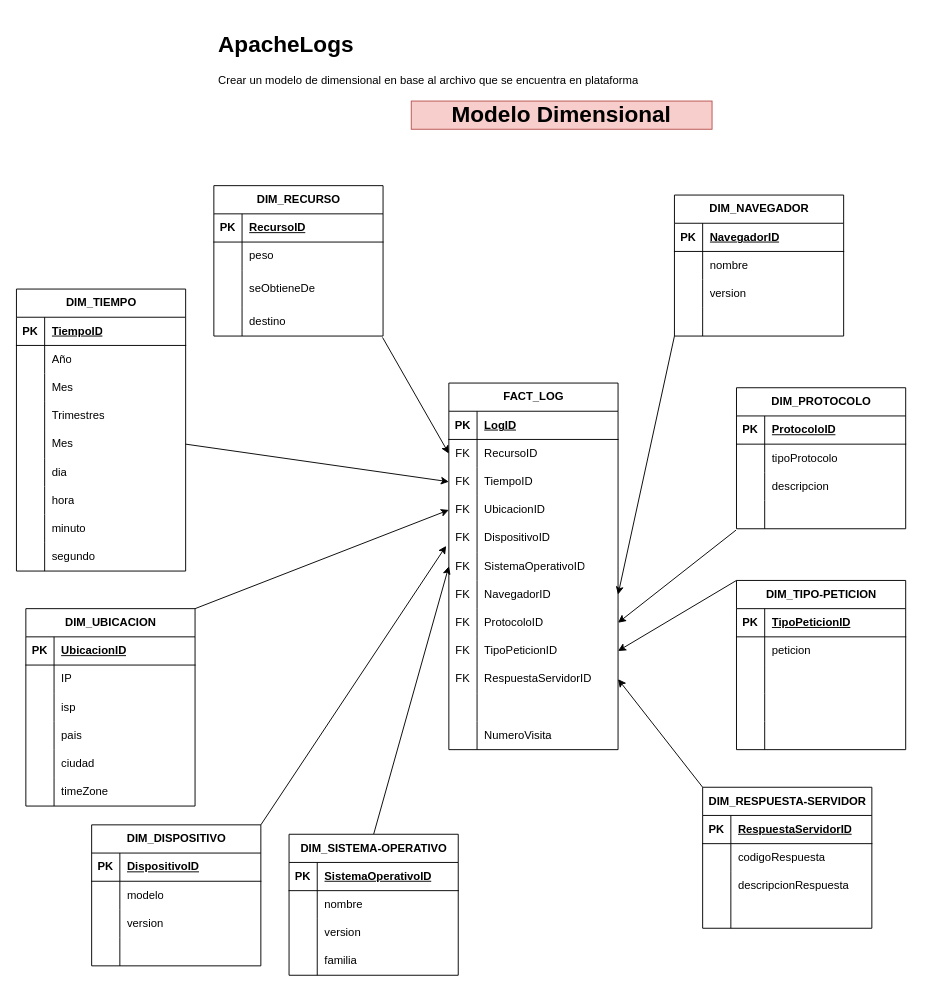
The draw.io diagram page "modelo_apache_log" (1 of 2) of apache_log.drawio in itslourdes/lourdesvaca, before the edit. Source tidied: cells renumbered, new cells numbered last; positions are measured from the earlier drawing's top-left corner, leaving out a move shared by most shapes. Both pictures are drawn from the tidied source at 94%, with x=0, y=0 at pixel (16, 25).
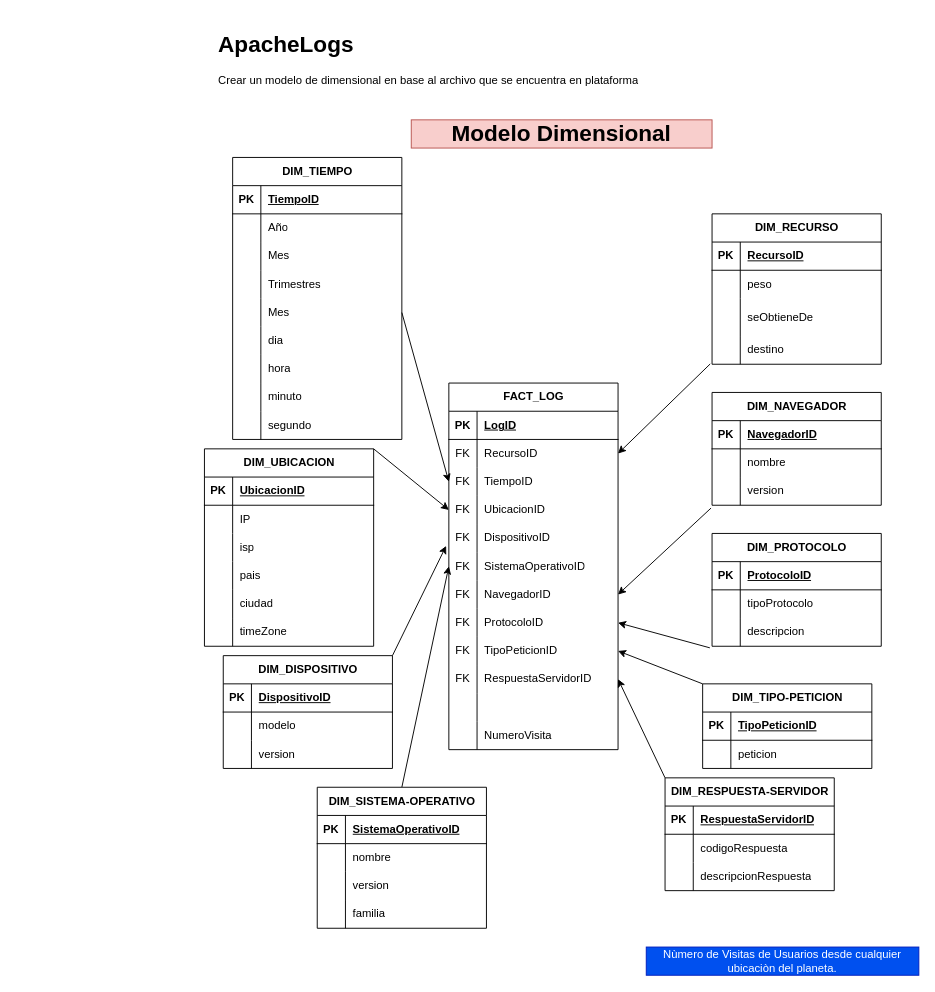
The same page after the edit.

The change refers to these unchanged cells:
```xml
<mxCell id="34" style="shape=tableRow;horizontal=0;startSize=0;swimlaneHead=0;swimlaneBody=0;fillColor=none;points=[[0,0.5],[1,0.5]];portConstraint=eastwest;top=0;left=0;right=0;bottom=0;" parent="30" vertex="1">
  <mxGeometry y="60" width="180" height="30" as="geometry" />
</mxCell>
<mxCell id="49" style="shape=tableRow;horizontal=0;startSize=0;swimlaneHead=0;swimlaneBody=0;fillColor=none;points=[[0,0.5],[1,0.5]];portConstraint=eastwest;top=0;left=0;right=0;bottom=0;" parent="30" vertex="1">
  <mxGeometry y="210" width="180" height="30" as="geometry" />
</mxCell>
<mxCell id="52" style="shape=tableRow;horizontal=0;startSize=0;swimlaneHead=0;swimlaneBody=0;fillColor=none;points=[[0,0.5],[1,0.5]];portConstraint=eastwest;top=0;left=0;right=0;bottom=0;" parent="30" vertex="1">
  <mxGeometry y="240" width="180" height="30" as="geometry" />
</mxCell>
<mxCell id="122" style="shape=tableRow;horizontal=0;startSize=0;swimlaneHead=0;swimlaneBody=0;fillColor=none;points=[[0,0.5],[1,0.5]];portConstraint=eastwest;top=0;left=0;right=0;bottom=0;" parent="115" vertex="1">
  <mxGeometry y="90" width="180" height="30" as="geometry" />
</mxCell>
<mxCell id="145" style="shape=tableRow;horizontal=0;startSize=0;swimlaneHead=0;swimlaneBody=0;fillColor=none;points=[[0,0.5],[1,0.5]];portConstraint=eastwest;top=0;left=0;right=0;bottom=0;" parent="135" vertex="1">
  <mxGeometry y="130" width="180" height="30" as="geometry" />
</mxCell>
<mxCell id="158" style="shape=tableRow;horizontal=0;startSize=0;swimlaneHead=0;swimlaneBody=0;fillColor=none;points=[[0,0.5],[1,0.5]];portConstraint=eastwest;top=0;left=0;right=0;bottom=0;" parent="151" vertex="1">
  <mxGeometry y="90" width="180" height="30" as="geometry" />
</mxCell>
```

Diff of the diagram source:
```diff
@@
     <mxCell id="2" value="DIM_TIEMPO" style="shape=table;startSize=30;childLayout=tableLayout;rowLines=0;fontStyle=1;align=center;html=1;" parent="1" vertex="1">
-      <mxGeometry y="280" width="180" height="300" as="geometry" />
+      <mxGeometry x="230" y="140" width="180" height="300" as="geometry" />
     </mxCell>
@@
     <mxCell id="67" value="DIM_UBICACION" style="shape=table;startSize=30;childLayout=tableLayout;rowLines=0;fontStyle=1;align=center;html=1;" parent="1" vertex="1">
-      <mxGeometry x="10" y="620" width="180" height="210" as="geometry" />
+      <mxGeometry x="200" y="450" width="180" height="210" as="geometry" />
     </mxCell>
@@
     <mxCell id="86" value="DIM_TIPO-PETICION" style="shape=table;startSize=30;childLayout=tableLayout;rowLines=0;fontStyle=1;align=center;html=1;" parent="1" vertex="1">
-      <mxGeometry x="766" y="590" width="180" height="180" as="geometry" />
+      <mxGeometry x="730" y="700" width="180" height="90" as="geometry" />
     </mxCell>
@@
-    <mxCell id="93" style="shape=tableRow;horizontal=0;startSize=0;swimlaneHead=0;swimlaneBody=0;fillColor=none;top=0;left=0;right=0;bottom=0;" parent="86" vertex="1">
-      <mxGeometry y="90" width="180" height="30" as="geometry" />
-    </mxCell>
-    <mxCell id="94" style="shape=partialRectangle;fillColor=none;top=0;left=0;bottom=0;right=0;overflow=hidden;whiteSpace=wrap;html=1;" parent="93" vertex="1">
-      <mxGeometry width="30" height="30" as="geometry" />
-    </mxCell>
-    <mxCell id="95" style="shape=partialRectangle;fillColor=none;top=0;left=0;bottom=0;right=0;align=left;spacingLeft=6;overflow=hidden;whiteSpace=wrap;html=1;" parent="93" vertex="1">
-      <mxGeometry x="30" width="150" height="30" as="geometry" />
-    </mxCell>
-    <mxCell id="96" style="shape=tableRow;horizontal=0;startSize=0;swimlaneHead=0;swimlaneBody=0;fillColor=none;top=0;left=0;right=0;bottom=0;" parent="86" vertex="1">
-      <mxGeometry y="120" width="180" height="30" as="geometry" />
-    </mxCell>
-    <mxCell id="97" style="shape=partialRectangle;fillColor=none;top=0;left=0;bottom=0;right=0;overflow=hidden;whiteSpace=wrap;html=1;" parent="96" vertex="1">
-      <mxGeometry width="30" height="30" as="geometry" />
-    </mxCell>
-    <mxCell id="98" style="shape=partialRectangle;fillColor=none;top=0;left=0;bottom=0;right=0;align=left;spacingLeft=6;overflow=hidden;whiteSpace=wrap;html=1;" parent="96" vertex="1">
-      <mxGeometry x="30" width="150" height="30" as="geometry" />
-    </mxCell>
-    <mxCell id="99" style="shape=tableRow;horizontal=0;startSize=0;swimlaneHead=0;swimlaneBody=0;fillColor=none;top=0;left=0;right=0;bottom=0;" parent="86" vertex="1">
-      <mxGeometry y="150" width="180" height="30" as="geometry" />
-    </mxCell>
-    <mxCell id="100" style="shape=partialRectangle;fillColor=none;top=0;left=0;bottom=0;right=0;overflow=hidden;whiteSpace=wrap;html=1;" parent="99" vertex="1">
-      <mxGeometry width="30" height="30" as="geometry" />
-    </mxCell>
-    <mxCell id="101" style="shape=partialRectangle;fillColor=none;top=0;left=0;bottom=0;right=0;align=left;spacingLeft=6;overflow=hidden;whiteSpace=wrap;html=1;" parent="99" vertex="1">
-      <mxGeometry x="30" width="150" height="30" as="geometry" />
-    </mxCell>
     <mxCell id="102" value="DIM_DISPOSITIVO" style="shape=table;startSize=30;childLayout=tableLayout;rowLines=0;fontStyle=1;align=center;html=1;" parent="1" vertex="1">
-      <mxGeometry x="80" y="850" width="180" height="150" as="geometry" />
+      <mxGeometry x="220" y="670" width="180" height="120" as="geometry" />
     </mxCell>
@@
-    <mxCell id="112" style="shape=tableRow;horizontal=0;startSize=0;swimlaneHead=0;swimlaneBody=0;fillColor=none;top=0;left=0;right=0;bottom=0;" parent="102" vertex="1">
-      <mxGeometry y="120" width="180" height="30" as="geometry" />
-    </mxCell>
-    <mxCell id="113" style="shape=partialRectangle;fillColor=none;top=0;left=0;bottom=0;right=0;overflow=hidden;whiteSpace=wrap;html=1;" parent="112" vertex="1">
-      <mxGeometry width="30" height="30" as="geometry" />
-    </mxCell>
-    <mxCell id="114" style="shape=partialRectangle;fillColor=none;top=0;left=0;bottom=0;right=0;align=left;spacingLeft=6;overflow=hidden;whiteSpace=wrap;html=1;" parent="112" vertex="1">
-      <mxGeometry x="30" width="150" height="30" as="geometry" />
-    </mxCell>
     <mxCell id="115" value="DIM_NAVEGADOR" style="shape=table;startSize=30;childLayout=tableLayout;rowLines=0;fontStyle=1;align=center;html=1;" parent="1" vertex="1">
-      <mxGeometry x="700" y="180" width="180" height="150" as="geometry" />
+      <mxGeometry x="740" y="390" width="180" height="120" as="geometry" />
     </mxCell>
@@
-    <mxCell id="125" style="shape=tableRow;horizontal=0;startSize=0;swimlaneHead=0;swimlaneBody=0;fillColor=none;points=[[0,0.5],[1,0.5]];portConstraint=eastwest;top=0;left=0;right=0;bottom=0;" parent="115" vertex="1">
-      <mxGeometry y="120" width="180" height="30" as="geometry" />
-    </mxCell>
-    <mxCell id="126" style="shape=partialRectangle;fillColor=none;top=0;left=0;bottom=0;right=0;overflow=hidden;whiteSpace=wrap;html=1;" parent="125" vertex="1">
-      <mxGeometry width="30" height="30" as="geometry" />
-    </mxCell>
-    <mxCell id="127" style="shape=partialRectangle;fillColor=none;top=0;left=0;bottom=0;right=0;align=left;spacingLeft=6;overflow=hidden;whiteSpace=wrap;html=1;" parent="125" vertex="1">
-      <mxGeometry x="30" width="150" height="30" as="geometry" />
-    </mxCell>
@@
-    <mxCell id="132" style="endArrow=classic;html=1;rounded=0;exitX=0;exitY=1;exitDx=0;exitDy=0;entryX=1;entryY=0.5;entryDx=0;entryDy=0;exitPerimeter=0;" parent="1" edge="1" source="125" target="49">
+    <mxCell id="132" style="endArrow=classic;html=1;rounded=0;exitX=-0.006;exitY=1.1;exitDx=0;exitDy=0;entryX=1;entryY=0.5;entryDx=0;entryDy=0;exitPerimeter=0;" parent="1" edge="1" source="122" target="49">
       <mxGeometry relative="1" as="geometry" />
     </mxCell>
     <mxCell id="133" value="Modelo Dimensional" style="text;html=1;strokeColor=#b85450;fillColor=#f8cecc;align=center;verticalAlign=middle;whiteSpace=wrap;rounded=0;fontStyle=1;fontSize=24;" parent="1" vertex="1">
-      <mxGeometry x="420" y="80" width="320" height="30" as="geometry" />
+      <mxGeometry x="420" y="100" width="320" height="30" as="geometry" />
     </mxCell>
@@
     <mxCell id="135" value="DIM_RECURSO" style="shape=table;startSize=30;childLayout=tableLayout;rowLines=0;fontStyle=1;align=center;html=1;" parent="1" vertex="1">
-      <mxGeometry x="210" y="170" width="180" height="160" as="geometry" />
+      <mxGeometry x="740" y="200" width="180" height="160" as="geometry" />
     </mxCell>
@@
-    <mxCell id="148" style="endArrow=classic;html=1;rounded=0;exitX=0.997;exitY=1.049;exitDx=0;exitDy=0;entryX=0;entryY=0.5;entryDx=0;entryDy=0;exitPerimeter=0;" parent="1" edge="1" source="145" target="34">
-      <mxGeometry relative="1" as="geometry" />
-    </mxCell>
@@
     <mxCell id="151" value="DIM_PROTOCOLO" style="shape=table;startSize=30;childLayout=tableLayout;rowLines=0;fontStyle=1;align=center;html=1;" parent="1" vertex="1">
-      <mxGeometry x="766" y="385" width="180" height="150" as="geometry" />
+      <mxGeometry x="740" y="540" width="180" height="120" as="geometry" />
     </mxCell>
@@
-    <mxCell id="161" style="shape=tableRow;horizontal=0;startSize=0;swimlaneHead=0;swimlaneBody=0;fillColor=none;points=[[0,0.5],[1,0.5]];portConstraint=eastwest;top=0;left=0;right=0;bottom=0;" parent="151" vertex="1">
-      <mxGeometry y="120" width="180" height="30" as="geometry" />
-    </mxCell>
-    <mxCell id="162" style="shape=partialRectangle;fillColor=none;top=0;left=0;bottom=0;right=0;overflow=hidden;whiteSpace=wrap;html=1;" parent="161" vertex="1">
-      <mxGeometry width="30" height="30" as="geometry" />
-    </mxCell>
-    <mxCell id="163" style="shape=partialRectangle;fillColor=none;top=0;left=0;bottom=0;right=0;align=left;spacingLeft=6;overflow=hidden;whiteSpace=wrap;html=1;" parent="161" vertex="1">
-      <mxGeometry x="30" width="150" height="30" as="geometry" />
-    </mxCell>
     <mxCell id="164" value="DIM_SISTEMA-OPERATIVO" style="shape=table;startSize=30;childLayout=tableLayout;rowLines=0;fontStyle=1;align=center;html=1;" parent="1" vertex="1">
-      <mxGeometry x="290" y="860" width="180" height="150" as="geometry" />
+      <mxGeometry x="320" y="810" width="180" height="150" as="geometry" />
     </mxCell>
@@
-    <mxCell id="177" style="endArrow=classic;html=1;rounded=0;exitX=-0.003;exitY=1.049;exitDx=0;exitDy=0;entryX=1;entryY=0.5;entryDx=0;entryDy=0;exitPerimeter=0;" parent="1" edge="1" source="161" target="52">
+    <mxCell id="177" style="endArrow=classic;html=1;rounded=0;exitX=-0.013;exitY=1.056;exitDx=0;exitDy=0;entryX=1;entryY=0.5;entryDx=0;entryDy=0;exitPerimeter=0;" parent="1" edge="1" source="158" target="52">
       <mxGeometry relative="1" as="geometry" />
     </mxCell>
     <mxCell id="178" value="DIM_RESPUESTA-SERVIDOR" style="shape=table;startSize=30;childLayout=tableLayout;rowLines=0;fontStyle=1;align=center;html=1;" parent="1" vertex="1">
-      <mxGeometry x="730" y="810" width="180" height="150" as="geometry" />
+      <mxGeometry x="690" y="800" width="180" height="120" as="geometry" />
     </mxCell>
@@
-    <mxCell id="188" style="shape=tableRow;horizontal=0;startSize=0;swimlaneHead=0;swimlaneBody=0;fillColor=none;top=0;left=0;right=0;bottom=0;" parent="178" vertex="1">
-      <mxGeometry y="120" width="180" height="30" as="geometry" />
-    </mxCell>
-    <mxCell id="189" style="shape=partialRectangle;fillColor=none;top=0;left=0;bottom=0;right=0;overflow=hidden;whiteSpace=wrap;html=1;" parent="188" vertex="1">
-      <mxGeometry width="30" height="30" as="geometry" />
-    </mxCell>
-    <mxCell id="190" style="shape=partialRectangle;fillColor=none;top=0;left=0;bottom=0;right=0;align=left;spacingLeft=6;overflow=hidden;whiteSpace=wrap;html=1;" parent="188" vertex="1">
-      <mxGeometry x="30" width="150" height="30" as="geometry" />
-    </mxCell>
+    <mxCell id="191" value="Nùmero de Visitas de Usuarios desde cualquier ubicaciòn del planeta." style="text;html=1;strokeColor=#001DBC;fillColor=#0050ef;align=center;verticalAlign=middle;whiteSpace=wrap;rounded=0;fontColor=#ffffff;" parent="1" vertex="1">
+      <mxGeometry x="670" y="980" width="290" height="30" as="geometry" />
+    </mxCell>
+    <mxCell id="148" style="endArrow=classic;html=1;rounded=0;exitX=-0.011;exitY=0.989;exitDx=0;exitDy=0;entryX=1;entryY=0.5;entryDx=0;entryDy=0;exitPerimeter=0;" parent="1" edge="1" source="145" target="34">
+      <mxGeometry relative="1" as="geometry" />
+    </mxCell>
```
